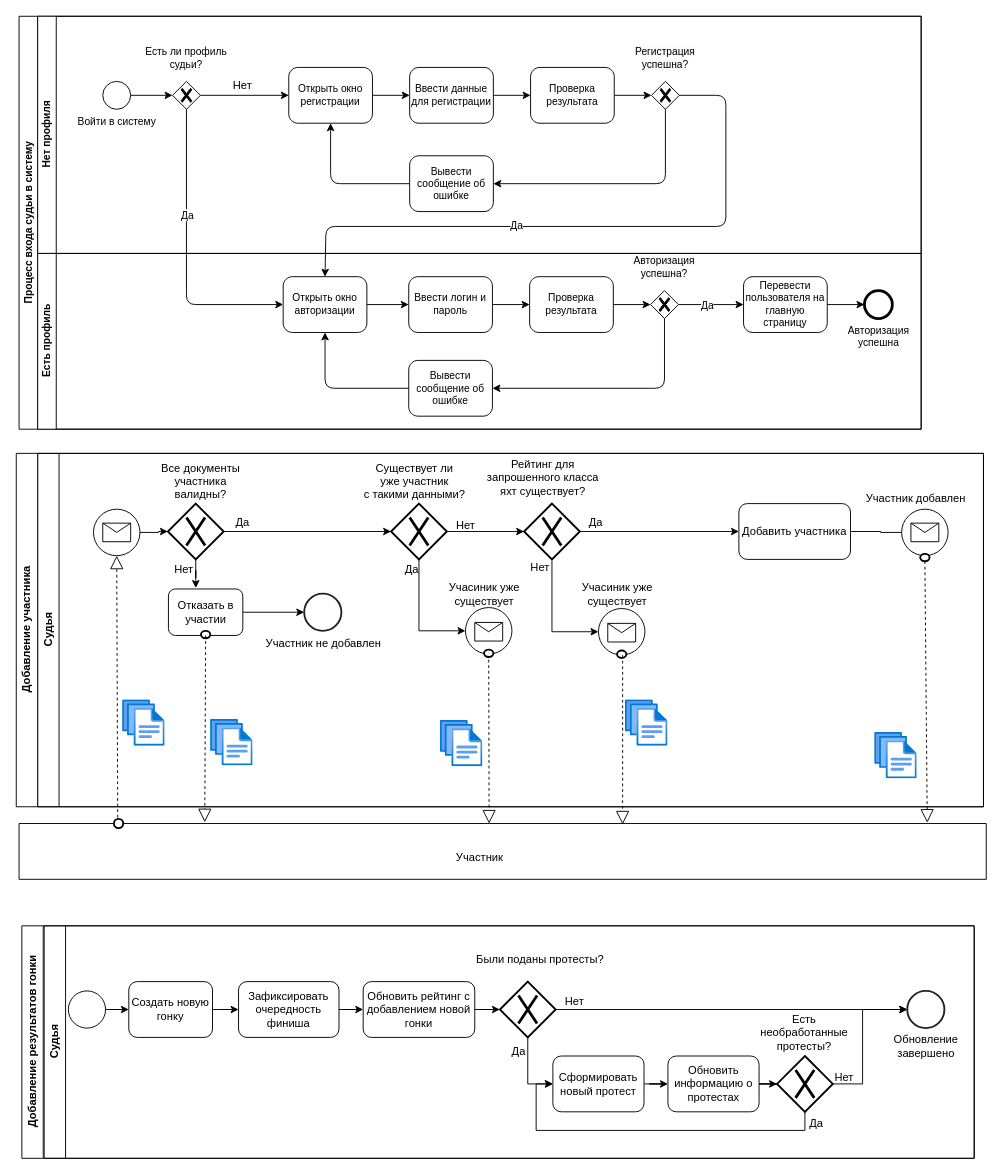
Earlier version of the draw.io diagram page "BPMN" (3 of 3) of schemes/Диаграммки.drawio (lalala-0/PPO_BMSTU). Source tidied: cells renumbered, new cells numbered last; positions are measured from the earlier drawing's top-left corner, leaving out a move shared by most shapes. Both pictures are drawn from the tidied source at 93%, with x=0, y=0 at pixel (16, 16).
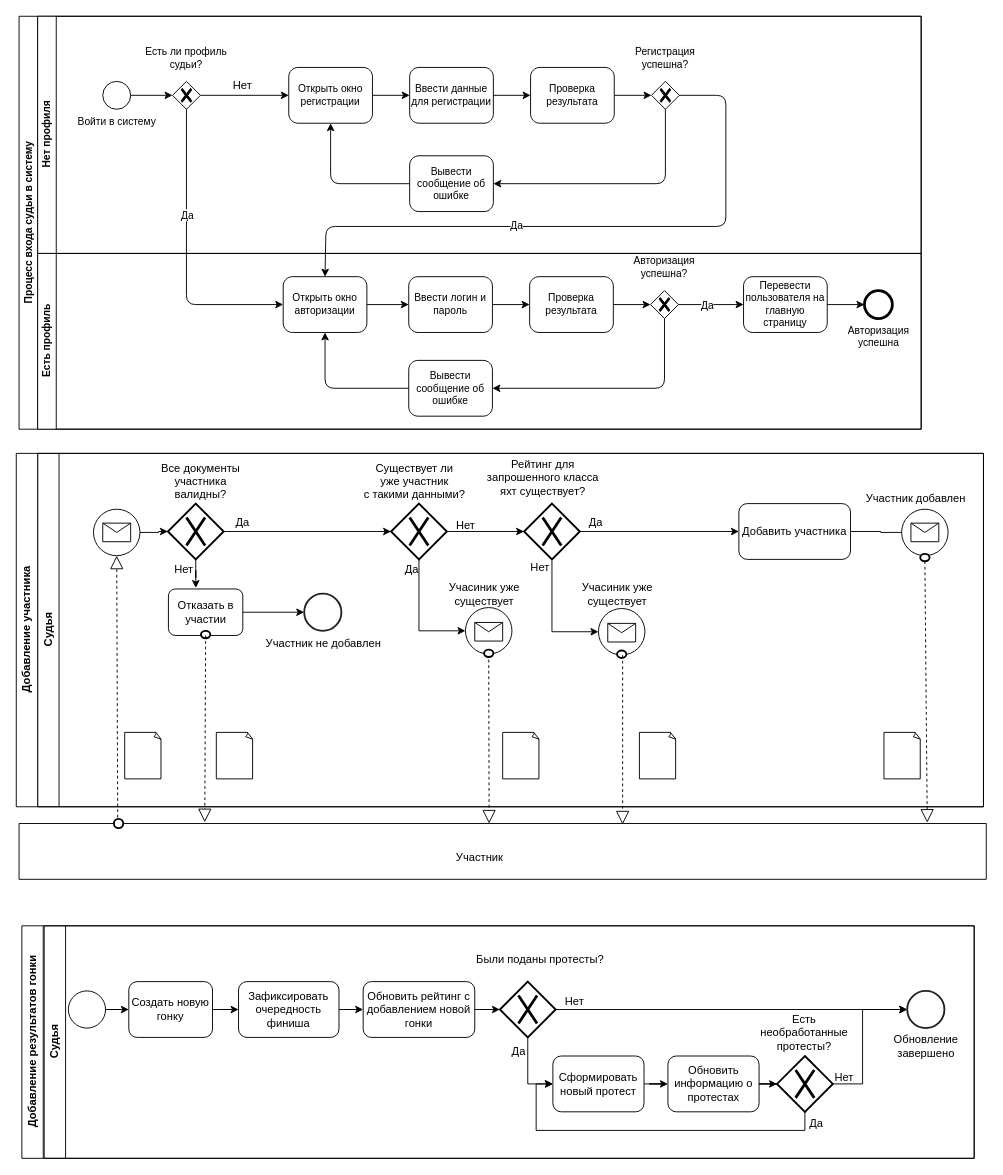
The same diagram, later.

The change refers to these unchanged cells:
```xml
<mxCell id="44" value="Судья" style="swimlane;horizontal=0;whiteSpace=wrap;html=1;fillColor=#FFFFFF;" parent="43" vertex="1">
  <mxGeometry x="23" width="1017" height="380" as="geometry" />
</mxCell>
```

Change to the diagram source:
```diff
@@
-    <mxCell id="56" style="image;html=1;align=center;fontSize=12;image=img/lib/azure2/general/Files.svg;" parent="44" vertex="1">
-      <mxGeometry x="91.3" y="265" width="45.7" height="50" as="geometry" />
-    </mxCell>
-    <mxCell id="57" style="image;html=1;align=center;fontSize=12;image=img/lib/azure2/general/Files.svg;" parent="44" vertex="1">
-      <mxGeometry x="632" y="265" width="45.7" height="50" as="geometry" />
-    </mxCell>
@@
-    <mxCell id="67" style="image;html=1;align=center;fontSize=12;image=img/lib/azure2/general/Files.svg;" parent="44" vertex="1">
-      <mxGeometry x="185.9" y="286" width="45.7" height="50" as="geometry" />
-    </mxCell>
-    <mxCell id="68" style="image;html=1;align=center;fontSize=12;image=img/lib/azure2/general/Files.svg;" parent="44" vertex="1">
-      <mxGeometry x="433" y="287" width="45.7" height="50" as="geometry" />
-    </mxCell>
@@
-    <mxCell id="70" style="image;html=1;align=center;fontSize=12;image=img/lib/azure2/general/Files.svg;" parent="44" vertex="1">
-      <mxGeometry x="900" y="300" width="45.7" height="50" as="geometry" />
-    </mxCell>
+    <mxCell id="139" style="whiteSpace=wrap;html=1;shape=mxgraph.basic.document;" parent="44" vertex="1">
+      <mxGeometry x="93.6" y="300" width="39.4" height="50" as="geometry" />
+    </mxCell>
+    <mxCell id="140" style="whiteSpace=wrap;html=1;shape=mxgraph.basic.document;" parent="44" vertex="1">
+      <mxGeometry x="192.1" y="300" width="39.4" height="50" as="geometry" />
+    </mxCell>
+    <mxCell id="141" style="whiteSpace=wrap;html=1;shape=mxgraph.basic.document;" parent="44" vertex="1">
+      <mxGeometry x="500" y="300" width="39.4" height="50" as="geometry" />
+    </mxCell>
+    <mxCell id="142" style="whiteSpace=wrap;html=1;shape=mxgraph.basic.document;" parent="44" vertex="1">
+      <mxGeometry x="647" y="300" width="39.4" height="50" as="geometry" />
+    </mxCell>
+    <mxCell id="143" style="whiteSpace=wrap;html=1;shape=mxgraph.basic.document;" parent="44" vertex="1">
+      <mxGeometry x="910" y="300" width="39.4" height="50" as="geometry" />
+    </mxCell>
```
